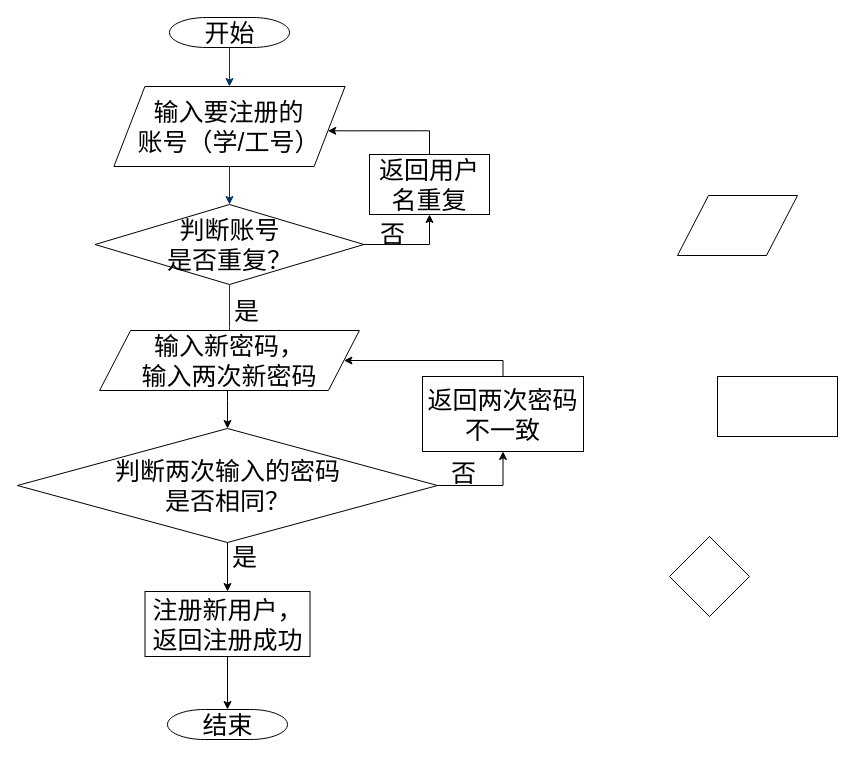
Gonod20s/Voice-Controlled-Robot keeps this draw.io diagram as page "注册" (2 of 16) of 流程图.drawio. Above is the earlier version. Source tidied: cells renumbered, new cells numbered last; positions are measured from the earlier drawing's top-left corner, leaving out a move shared by most shapes. Both pictures are drawn from the tidied source at 100%, with x=0, y=0 at pixel (17, 17).
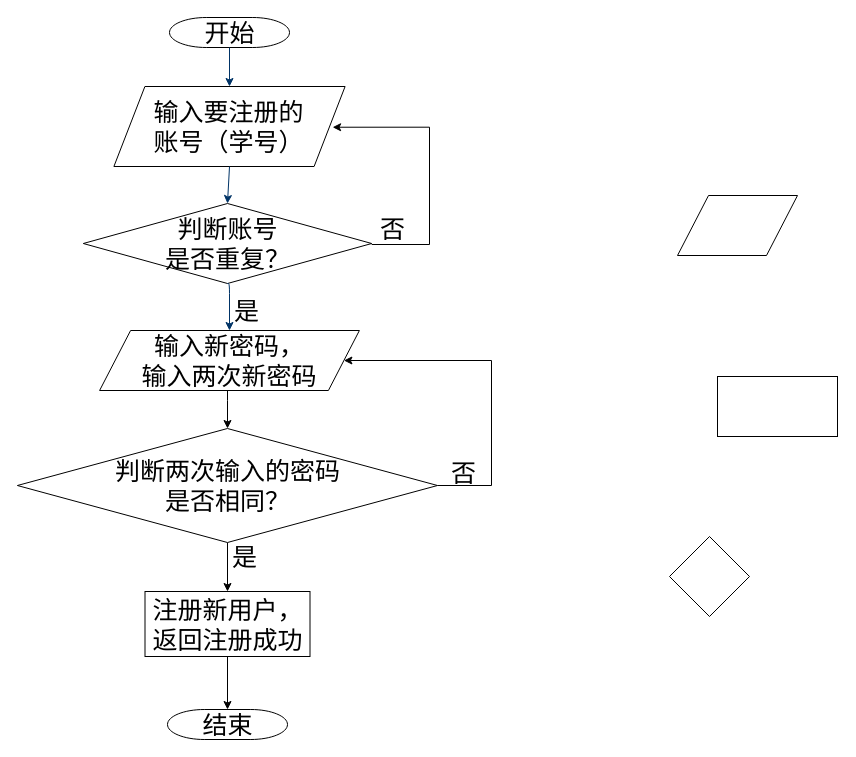
Above is the later version.

Unchanged cells that the change refers to:
```xml
<mxCell id="13" value="&lt;font&gt;判断两次输入的密码&lt;/font&gt;&lt;div&gt;&lt;font&gt;是否相同？&lt;/font&gt;&lt;/div&gt;" style="shape=mxgraph.flowchart.decision;strokeWidth=1;gradientColor=none;gradientDirection=north;fontStyle=0;html=1;strokeColor=default;align=center;verticalAlign=middle;fontFamily=宋体;fontSize=25;fontColor=default;fillColor=default;" parent="1" vertex="1">
  <mxGeometry x="-0.1" y="411" width="420.1" height="114" as="geometry" />
</mxCell>
<mxCell id="21" value="&lt;font&gt;输入新密码，&lt;/font&gt;&lt;div&gt;&lt;font&gt;输入两次新密码&lt;/font&gt;&lt;/div&gt;" style="shape=parallelogram;perimeter=parallelogramPerimeter;whiteSpace=wrap;html=1;fixedSize=1;size=30.999989827474053;fontFamily=宋体;fontSize=25;" parent="1" vertex="1">
  <mxGeometry x="82.1" y="313" width="259.8" height="60" as="geometry" />
</mxCell>
```

Change to the diagram source:
```diff
@@
-    <mxCell id="3" value="&lt;font&gt;输入要注册的&lt;/font&gt;&lt;div&gt;&lt;font&gt;账号（学/工号）&lt;/font&gt;&lt;/div&gt;" style="shape=parallelogram;perimeter=parallelogramPerimeter;whiteSpace=wrap;html=1;fixedSize=1;size=30.999989827474053;fontFamily=宋体;fontSize=25;" parent="1" vertex="1">
+    <mxCell id="3" value="&lt;font&gt;输入要注册的&lt;/font&gt;&lt;div&gt;&lt;font&gt;账号（学号）&lt;/font&gt;&lt;/div&gt;" style="shape=parallelogram;perimeter=parallelogramPerimeter;whiteSpace=wrap;html=1;fixedSize=1;size=30.999989827474053;fontFamily=宋体;fontSize=25;" parent="1" vertex="1">
       <mxGeometry x="96.4" y="69" width="231.2" height="80" as="geometry" />
     </mxCell>
-    <mxCell id="4" style="edgeStyle=orthogonalEdgeStyle;rounded=0;jettySize=auto;html=1;entryX=0.5;entryY=1;entryDx=0;entryDy=0;" parent="1" edge="1" source="5" target="19">
-      <mxGeometry relative="1" as="geometry" />
+    <mxCell id="4" style="edgeStyle=orthogonalEdgeStyle;rounded=0;jettySize=auto;html=1;entryX=0.946;entryY=0.509;entryDx=0;entryDy=0;entryPerimeter=0;" parent="1" edge="1" source="5" target="3">
+      <mxGeometry relative="1" as="geometry">
+        <Array as="points">
+          <mxPoint x="412" y="227" />
+          <mxPoint x="412" y="110" />
+        </Array>
+      </mxGeometry>
     </mxCell>
     <mxCell id="5" value="&lt;font&gt;判断账号&lt;/font&gt;&lt;div&gt;&lt;font&gt;是否重复？&lt;/font&gt;&lt;/div&gt;" style="shape=mxgraph.flowchart.decision;strokeWidth=1;gradientColor=none;gradientDirection=north;fontStyle=0;html=1;strokeColor=default;align=center;verticalAlign=middle;fontFamily=宋体;fontSize=25;fontColor=default;fillColor=default;" parent="1" vertex="1">
-      <mxGeometry x="77.6" y="187" width="268.8" height="80" as="geometry" />
+      <mxGeometry x="65.8" y="186" width="288.4" height="80" as="geometry" />
     </mxCell>
@@
-    <mxCell id="12" style="edgeStyle=orthogonalEdgeStyle;rounded=0;jettySize=auto;html=1;exitX=1;exitY=0.5;exitDx=0;exitDy=0;exitPerimeter=0;entryX=0.5;entryY=1;entryDx=0;entryDy=0;strokeWidth=1;fontFamily=宋体;fontSize=25;" parent="1" edge="1" source="13" target="23">
-      <mxGeometry relative="1" as="geometry" />
+    <mxCell id="12" style="edgeStyle=orthogonalEdgeStyle;rounded=0;jettySize=auto;html=1;exitX=1;exitY=0.5;exitDx=0;exitDy=0;exitPerimeter=0;entryX=1;entryY=0.5;entryDx=0;entryDy=0;strokeWidth=1;fontFamily=宋体;fontSize=25;" parent="1" edge="1" source="13" target="21">
+      <mxGeometry relative="1" as="geometry">
+        <Array as="points">
+          <mxPoint x="474" y="468" />
+          <mxPoint x="474" y="343" />
+        </Array>
+      </mxGeometry>
     </mxCell>
@@
-    <mxCell id="17" style="edgeStyle=orthogonalEdgeStyle;rounded=0;jettySize=auto;html=1;exitX=0.5;exitY=0;exitDx=0;exitDy=0;strokeWidth=1;fontFamily=宋体;fontSize=25;entryX=0.925;entryY=0.554;entryDx=0;entryDy=0;entryPerimeter=0;" parent="1" edge="1" source="19" target="3">
-      <mxGeometry relative="1" as="geometry" />
-    </mxCell>
     <mxCell id="18" value="&lt;font&gt;否&lt;/font&gt;" style="text;fontStyle=0;html=1;strokeColor=none;gradientColor=none;fillColor=none;strokeWidth=1;fontFamily=宋体;fontSize=25;" parent="1" vertex="1">
-      <mxGeometry x="361" y="195" width="40" height="26" as="geometry" />
+      <mxGeometry x="361" y="190" width="40" height="26" as="geometry" />
     </mxCell>
-    <mxCell id="19" value="&lt;font&gt;返回用户名重复&lt;/font&gt;" style="rounded=0;whiteSpace=wrap;html=1;strokeColor=default;align=center;verticalAlign=middle;fontFamily=宋体;fontSize=25;fontColor=default;fillColor=default;strokeWidth=1;" parent="1" vertex="1">
-      <mxGeometry x="352" y="137" width="120" height="60" as="geometry" />
-    </mxCell>
@@
-    <mxCell id="22" style="edgeStyle=orthogonalEdgeStyle;rounded=0;jettySize=auto;html=1;entryX=1;entryY=0.5;entryDx=0;entryDy=0;exitX=0.5;exitY=0;exitDx=0;exitDy=0;strokeWidth=1;fontFamily=宋体;fontSize=25;" parent="1" edge="1" source="23" target="21">
-      <mxGeometry relative="1" as="geometry">
-        <Array as="points">
-          <mxPoint x="486" y="343" />
-        </Array>
-      </mxGeometry>
-    </mxCell>
-    <mxCell id="23" value="&lt;font&gt;返回两次密码不一致&lt;/font&gt;" style="rounded=0;whiteSpace=wrap;html=1;strokeColor=default;align=center;verticalAlign=middle;fontFamily=宋体;fontSize=25;fontColor=default;fillColor=default;strokeWidth=1;" parent="1" vertex="1">
-      <mxGeometry x="405" y="359" width="161" height="75" as="geometry" />
-    </mxCell>
```
